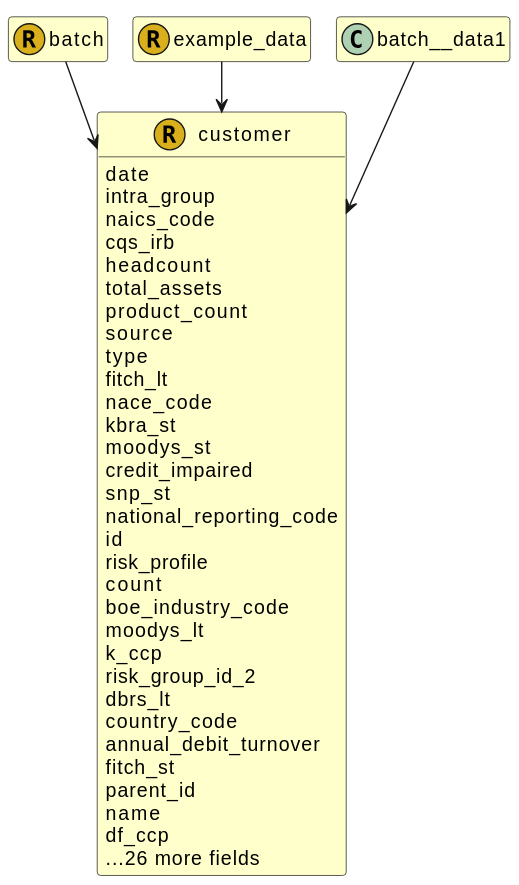
Schemarise/demo-alfa-with-fire-json-model keeps this PlantUML diagram as images/fire.model.customer.svg. Above is the earlier version.
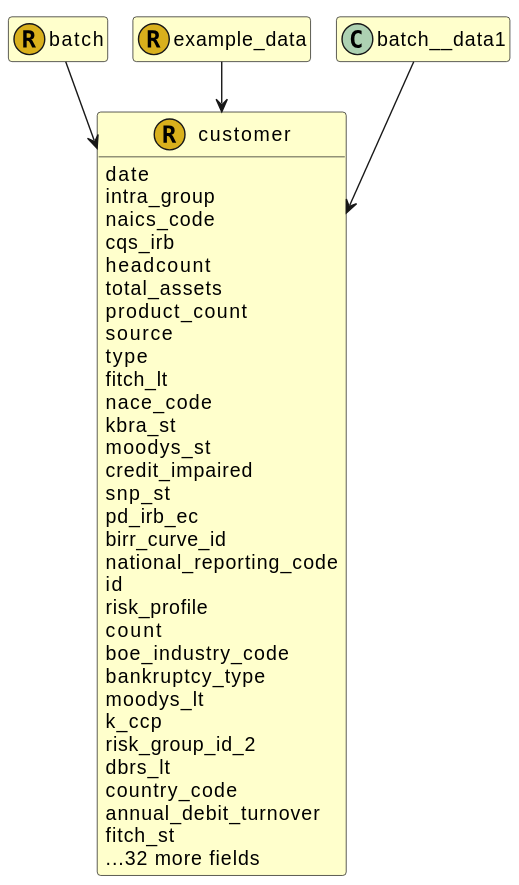
After the commit.

What changed in the source:
```diff
@@ -27,11 +27,14 @@
   moodys_st
   credit_impaired
   snp_st
+  pd_irb_ec
+  birr_curve_id
   national_reporting_code
   id
   risk_profile
   count
   boe_industry_code
+  bankruptcy_type
   moodys_lt
   k_ccp
   risk_group_id_2
@@ -39,10 +42,7 @@
   country_code
   annual_debit_turnover
   fitch_st
-  parent_id
-  name
-  df_ccp
-  ...26 more fields
+  ...32 more fields
 
 
 
```
